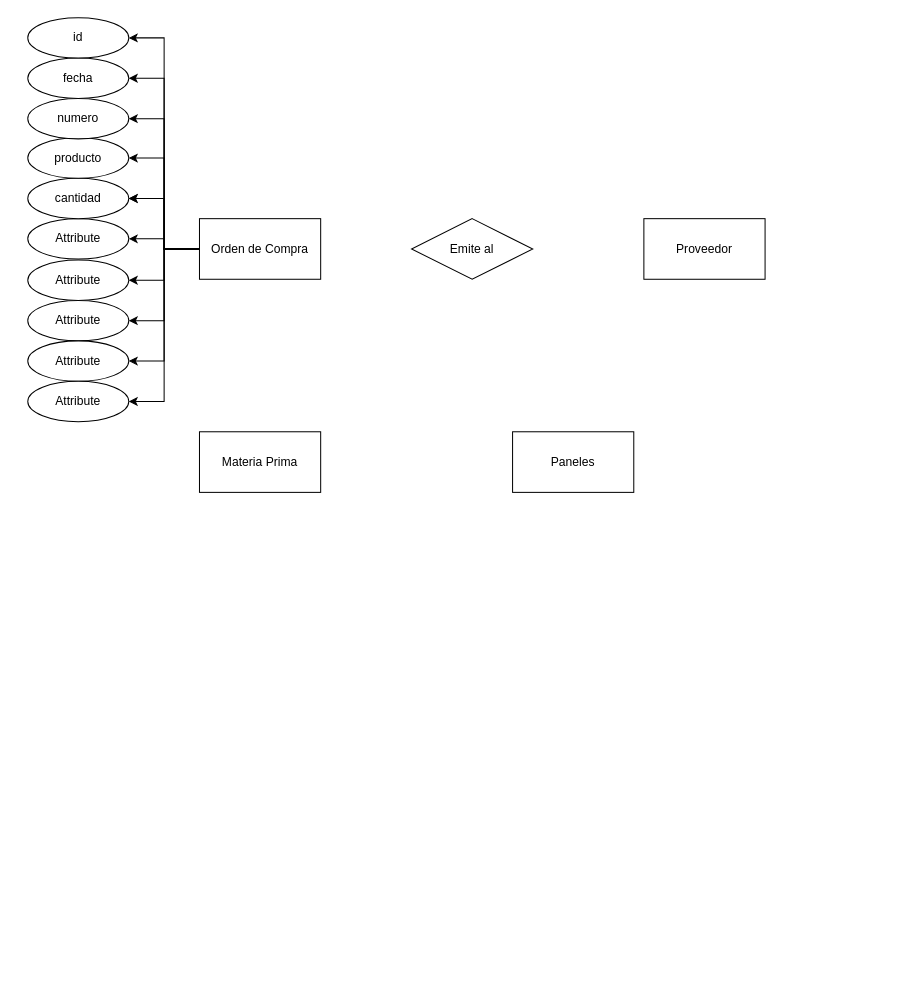
The draw.io diagram Diagrama sin título.drawio in Scytale20/Prueba1, before the edit. Source tidied: cells renumbered, new cells numbered last; positions are measured from the earlier drawing's top-left corner, leaving out a move shared by most shapes. Both pictures are drawn from the tidied source at 101%, with x=0, y=0 at pixel (27, 17).
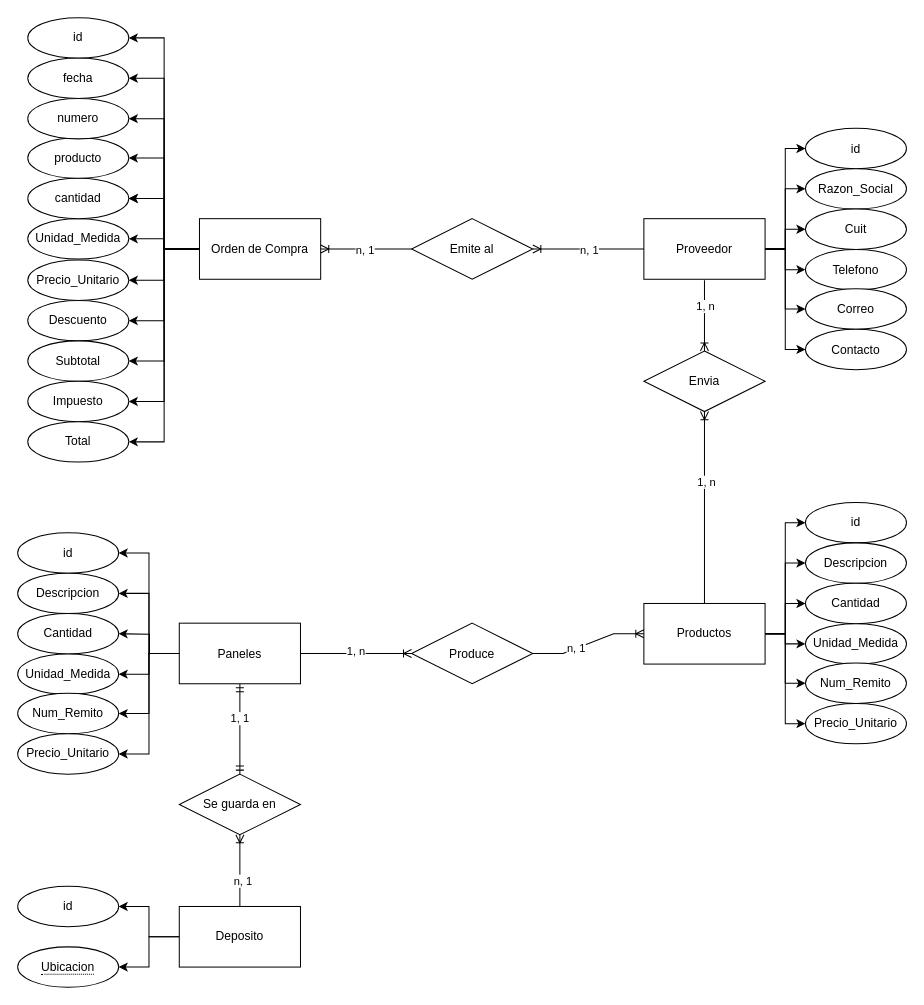
The same page after the edit.

Unchanged cells that the change refers to:
```xml
<mxCell id="13" value="Orden de Compra" style="rounded=0;whiteSpace=wrap;html=1;" parent="1" vertex="1">
  <mxGeometry x="170" y="199" width="120" height="60" as="geometry" />
</mxCell>
<mxCell id="14" value="Proveedor" style="rounded=0;whiteSpace=wrap;html=1;" parent="1" vertex="1">
  <mxGeometry x="610" y="199" width="120" height="60" as="geometry" />
</mxCell>
<mxCell id="21" value="Emite al" style="shape=rhombus;perimeter=rhombusPerimeter;whiteSpace=wrap;html=1;align=center;" parent="1" vertex="1">
  <mxGeometry x="380" y="199" width="120" height="60" as="geometry" />
</mxCell>
```

The edit, as a diff of the source:
```diff
@@
+    <mxCell id="28" style="edgeStyle=orthogonalEdgeStyle;rounded=0;jettySize=auto;html=1;entryX=1;entryY=0.5;entryDx=0;entryDy=0;" parent="1" edge="1" source="13" target="47">
+      <mxGeometry relative="1" as="geometry" />
+    </mxCell>
@@
+    <mxCell id="29" style="edgeStyle=orthogonalEdgeStyle;rounded=0;jettySize=auto;html=1;entryX=0;entryY=0.5;entryDx=0;entryDy=0;" parent="1" edge="1" source="14" target="48">
+      <mxGeometry relative="1" as="geometry" />
+    </mxCell>
+    <mxCell id="30" style="edgeStyle=orthogonalEdgeStyle;rounded=0;jettySize=auto;html=1;entryX=0;entryY=0.5;entryDx=0;entryDy=0;" parent="1" edge="1" source="14" target="49">
+      <mxGeometry relative="1" as="geometry" />
+    </mxCell>
+    <mxCell id="31" style="edgeStyle=orthogonalEdgeStyle;rounded=0;jettySize=auto;html=1;" parent="1" edge="1" source="14" target="50">
+      <mxGeometry relative="1" as="geometry" />
+    </mxCell>
+    <mxCell id="32" style="edgeStyle=orthogonalEdgeStyle;rounded=0;jettySize=auto;html=1;entryX=0;entryY=0.5;entryDx=0;entryDy=0;" parent="1" edge="1" source="14" target="51">
+      <mxGeometry relative="1" as="geometry" />
+    </mxCell>
+    <mxCell id="33" style="edgeStyle=orthogonalEdgeStyle;rounded=0;jettySize=auto;html=1;entryX=0;entryY=0.5;entryDx=0;entryDy=0;" parent="1" edge="1" source="14" target="52">
+      <mxGeometry relative="1" as="geometry" />
+    </mxCell>
+    <mxCell id="34" style="edgeStyle=orthogonalEdgeStyle;rounded=0;jettySize=auto;html=1;entryX=0;entryY=0.5;entryDx=0;entryDy=0;" parent="1" edge="1" source="14" target="53">
+      <mxGeometry relative="1" as="geometry" />
+    </mxCell>
@@
+    <mxCell id="35" style="edgeStyle=orthogonalEdgeStyle;rounded=0;jettySize=auto;html=1;entryX=0;entryY=0.5;entryDx=0;entryDy=0;" parent="1" edge="1" source="15" target="76">
+      <mxGeometry relative="1" as="geometry" />
+    </mxCell>
+    <mxCell id="36" style="edgeStyle=orthogonalEdgeStyle;rounded=0;jettySize=auto;html=1;entryX=0;entryY=0.5;entryDx=0;entryDy=0;" parent="1" edge="1" source="15" target="77">
+      <mxGeometry relative="1" as="geometry" />
+    </mxCell>
+    <mxCell id="37" style="edgeStyle=orthogonalEdgeStyle;rounded=0;jettySize=auto;html=1;entryX=0;entryY=0.5;entryDx=0;entryDy=0;" parent="1" edge="1" source="15" target="78">
+      <mxGeometry relative="1" as="geometry" />
+    </mxCell>
+    <mxCell id="38" style="edgeStyle=orthogonalEdgeStyle;rounded=0;jettySize=auto;html=1;entryX=0;entryY=0.5;entryDx=0;entryDy=0;" parent="1" edge="1" source="15" target="79">
+      <mxGeometry relative="1" as="geometry" />
+    </mxCell>
+    <mxCell id="39" style="edgeStyle=orthogonalEdgeStyle;rounded=0;jettySize=auto;html=1;entryX=0;entryY=0.5;entryDx=0;entryDy=0;" parent="1" edge="1" source="15" target="80">
+      <mxGeometry relative="1" as="geometry" />
+    </mxCell>
+    <mxCell id="40" style="edgeStyle=orthogonalEdgeStyle;rounded=0;jettySize=auto;html=1;entryX=0;entryY=0.5;entryDx=0;entryDy=0;" parent="1" edge="1" source="15" target="81">
+      <mxGeometry relative="1" as="geometry" />
+    </mxCell>
-    <mxCell id="15" value="Materia Prima" style="rounded=0;whiteSpace=wrap;html=1;" parent="1" vertex="1">
-      <mxGeometry x="170" y="410" width="120" height="60" as="geometry" />
+    <mxCell id="15" value="Productos" style="rounded=0;whiteSpace=wrap;html=1;" parent="1" vertex="1">
+      <mxGeometry x="610" y="580" width="120" height="60" as="geometry" />
     </mxCell>
+    <mxCell id="41" style="edgeStyle=orthogonalEdgeStyle;rounded=0;jettySize=auto;html=1;entryX=1;entryY=0.5;entryDx=0;entryDy=0;" parent="1" edge="1" source="16" target="69">
+      <mxGeometry relative="1" as="geometry" />
+    </mxCell>
+    <mxCell id="42" style="edgeStyle=orthogonalEdgeStyle;rounded=0;jettySize=auto;html=1;entryX=1;entryY=0.5;entryDx=0;entryDy=0;" parent="1" edge="1" source="16" target="70">
+      <mxGeometry relative="1" as="geometry" />
+    </mxCell>
+    <mxCell id="43" style="edgeStyle=orthogonalEdgeStyle;rounded=0;jettySize=auto;html=1;" parent="1" edge="1" source="16">
+      <mxGeometry relative="1" as="geometry">
+        <mxPoint x="90" y="610" as="targetPoint" />
+      </mxGeometry>
+    </mxCell>
+    <mxCell id="44" style="edgeStyle=orthogonalEdgeStyle;rounded=0;jettySize=auto;html=1;entryX=1;entryY=0.5;entryDx=0;entryDy=0;" parent="1" edge="1" source="16" target="72">
+      <mxGeometry relative="1" as="geometry" />
+    </mxCell>
+    <mxCell id="45" style="edgeStyle=orthogonalEdgeStyle;rounded=0;jettySize=auto;html=1;entryX=1;entryY=0.5;entryDx=0;entryDy=0;" parent="1" edge="1" source="16" target="73">
+      <mxGeometry relative="1" as="geometry" />
+    </mxCell>
+    <mxCell id="46" style="edgeStyle=orthogonalEdgeStyle;rounded=0;jettySize=auto;html=1;entryX=1;entryY=0.5;entryDx=0;entryDy=0;" parent="1" edge="1" source="16" target="74">
+      <mxGeometry relative="1" as="geometry" />
+    </mxCell>
     <mxCell id="16" value="Paneles" style="rounded=0;whiteSpace=wrap;html=1;" parent="1" vertex="1">
-      <mxGeometry x="480" y="410" width="120" height="60" as="geometry" />
+      <mxGeometry x="150" y="599.5" width="120" height="60" as="geometry" />
     </mxCell>
-    <mxCell id="17" value="Attribute" style="ellipse;whiteSpace=wrap;html=1;align=center;" parent="1" vertex="1">
+    <mxCell id="17" value="Descuento" style="ellipse;whiteSpace=wrap;html=1;align=center;" parent="1" vertex="1">
       <mxGeometry y="280" width="100" height="40" as="geometry" />
     </mxCell>
-    <mxCell id="18" value="Attribute" style="ellipse;whiteSpace=wrap;html=1;align=center;" parent="1" vertex="1">
+    <mxCell id="18" value="Precio_Unitario" style="ellipse;whiteSpace=wrap;html=1;align=center;" parent="1" vertex="1">
       <mxGeometry y="240" width="100" height="40" as="geometry" />
     </mxCell>
-    <mxCell id="19" value="Attribute" style="ellipse;whiteSpace=wrap;html=1;align=center;" parent="1" vertex="1">
+    <mxCell id="19" value="Unidad_Medida" style="ellipse;whiteSpace=wrap;html=1;align=center;" parent="1" vertex="1">
       <mxGeometry y="199" width="100" height="40" as="geometry" />
     </mxCell>
@@
-    <mxCell id="22" value="Attribute" style="ellipse;whiteSpace=wrap;html=1;align=center;" parent="1" vertex="1">
+    <mxCell id="22" value="Subtotal" style="ellipse;whiteSpace=wrap;html=1;align=center;" parent="1" vertex="1">
       <mxGeometry y="320" width="100" height="40" as="geometry" />
     </mxCell>
@@
-    <mxCell id="26" value="Attribute" style="ellipse;whiteSpace=wrap;html=1;align=center;" parent="1" vertex="1">
+    <mxCell id="26" value="Impuesto" style="ellipse;whiteSpace=wrap;html=1;align=center;" parent="1" vertex="1">
       <mxGeometry y="360" width="100" height="40" as="geometry" />
     </mxCell>
@@
+    <mxCell id="47" value="Total" style="ellipse;whiteSpace=wrap;html=1;align=center;" parent="1" vertex="1">
+      <mxGeometry y="400" width="100" height="40" as="geometry" />
+    </mxCell>
+    <mxCell id="48" value="id" style="ellipse;whiteSpace=wrap;html=1;align=center;" parent="1" vertex="1">
+      <mxGeometry x="770" y="109.5" width="100" height="40" as="geometry" />
+    </mxCell>
+    <mxCell id="49" value="Razon_Social" style="ellipse;whiteSpace=wrap;html=1;align=center;" parent="1" vertex="1">
+      <mxGeometry x="770" y="149.5" width="100" height="40" as="geometry" />
+    </mxCell>
+    <mxCell id="50" value="Cuit" style="ellipse;whiteSpace=wrap;html=1;align=center;" parent="1" vertex="1">
+      <mxGeometry x="770" y="189.5" width="100" height="40" as="geometry" />
+    </mxCell>
+    <mxCell id="51" value="Telefono" style="ellipse;whiteSpace=wrap;html=1;align=center;" parent="1" vertex="1">
+      <mxGeometry x="770" y="229.5" width="100" height="40" as="geometry" />
+    </mxCell>
+    <mxCell id="52" value="Correo" style="ellipse;whiteSpace=wrap;html=1;align=center;" parent="1" vertex="1">
+      <mxGeometry x="770" y="268.5" width="100" height="40" as="geometry" />
+    </mxCell>
+    <mxCell id="53" value="Contacto" style="ellipse;whiteSpace=wrap;html=1;align=center;" parent="1" vertex="1">
+      <mxGeometry x="770" y="308.5" width="100" height="40" as="geometry" />
+    </mxCell>
+    <mxCell id="54" value="Envia" style="shape=rhombus;perimeter=rhombusPerimeter;whiteSpace=wrap;html=1;align=center;" parent="1" vertex="1">
+      <mxGeometry x="610" y="330" width="120" height="60" as="geometry" />
+    </mxCell>
+    <mxCell id="55" style="edgeStyle=entityRelationEdgeStyle;fontSize=12;html=1;endArrow=ERoneToMany;rounded=0;exitX=0;exitY=0.5;exitDx=0;exitDy=0;entryX=1;entryY=0.5;entryDx=0;entryDy=0;" parent="1" edge="1" source="14" target="21">
+      <mxGeometry relative="1" as="geometry" />
+    </mxCell>
+    <mxCell id="56" value="n, 1" style="edgeLabel;html=1;align=center;verticalAlign=middle;" parent="55" vertex="1">
+      <mxGeometry relative="1" as="geometry" />
+    </mxCell>
+    <mxCell id="57" style="edgeStyle=entityRelationEdgeStyle;fontSize=12;html=1;endArrow=ERoneToMany;rounded=0;exitX=0;exitY=0.5;exitDx=0;exitDy=0;entryX=1;entryY=0.5;entryDx=0;entryDy=0;" parent="1" edge="1" source="21" target="13">
+      <mxGeometry relative="1" as="geometry" />
+    </mxCell>
+    <mxCell id="58" value="n, 1" style="edgeLabel;html=1;align=center;verticalAlign=middle;" parent="57" vertex="1">
+      <mxGeometry x="0.04" relative="1" as="geometry" />
+    </mxCell>
+    <mxCell id="59" style="fontSize=12;html=1;endArrow=ERoneToMany;rounded=0;entryX=0.5;entryY=0;entryDx=0;entryDy=0;" parent="1" edge="1" target="54">
+      <mxGeometry relative="1" as="geometry">
+        <mxPoint x="670" y="260" as="sourcePoint" />
+      </mxGeometry>
+    </mxCell>
+    <mxCell id="60" value="1, n" style="edgeLabel;html=1;align=center;verticalAlign=middle;" parent="59" vertex="1">
+      <mxGeometry x="-0.29" relative="1" as="geometry" />
+    </mxCell>
+    <mxCell id="61" style="fontSize=12;html=1;endArrow=ERoneToMany;rounded=0;exitX=0.5;exitY=0;exitDx=0;exitDy=0;entryX=0.5;entryY=1;entryDx=0;entryDy=0;" parent="1" edge="1" source="15" target="54">
+      <mxGeometry relative="1" as="geometry" />
+    </mxCell>
+    <mxCell id="62" value="1, n" style="edgeLabel;html=1;align=center;verticalAlign=middle;" parent="61" vertex="1">
+      <mxGeometry x="0.27" y="-1" relative="1" as="geometry" />
+    </mxCell>
+    <mxCell id="63" value="Produce" style="shape=rhombus;perimeter=rhombusPerimeter;whiteSpace=wrap;html=1;align=center;" parent="1" vertex="1">
+      <mxGeometry x="380" y="599.5" width="120" height="60" as="geometry" />
+    </mxCell>
+    <mxCell id="64" style="edgeStyle=entityRelationEdgeStyle;fontSize=12;html=1;endArrow=ERoneToMany;rounded=0;entryX=0;entryY=0.5;entryDx=0;entryDy=0;exitX=1;exitY=0.5;exitDx=0;exitDy=0;" parent="1" edge="1" source="63" target="15">
+      <mxGeometry relative="1" as="geometry" />
+    </mxCell>
+    <mxCell id="65" value="n, 1" style="edgeLabel;html=1;align=center;verticalAlign=middle;" parent="64" vertex="1">
+      <mxGeometry x="-0.24" relative="1" as="geometry" />
+    </mxCell>
+    <mxCell id="66" style="edgeStyle=entityRelationEdgeStyle;fontSize=12;html=1;endArrow=ERoneToMany;rounded=0;exitX=1;exitY=0.5;exitDx=0;exitDy=0;entryX=0;entryY=0.5;entryDx=0;entryDy=0;" parent="1" edge="1" source="16" target="63">
+      <mxGeometry relative="1" as="geometry" />
+    </mxCell>
+    <mxCell id="67" value="1, n" style="edgeLabel;html=1;align=center;verticalAlign=middle;" parent="66" vertex="1">
+      <mxGeometry x="-0.02" y="2" relative="1" as="geometry" />
+    </mxCell>
+    <mxCell id="68" style="group;" parent="1" vertex="1">
+      <mxGeometry x="-10" y="510" width="100" height="239" as="geometry" />
+    </mxCell>
+    <mxCell id="69" value="id" style="ellipse;whiteSpace=wrap;html=1;align=center;" parent="68" vertex="1">
+      <mxGeometry width="100" height="40" as="geometry" />
+    </mxCell>
+    <mxCell id="70" value="Descripcion" style="ellipse;whiteSpace=wrap;html=1;align=center;" parent="68" vertex="1">
+      <mxGeometry y="40" width="100" height="40" as="geometry" />
+    </mxCell>
+    <mxCell id="71" value="Cantidad" style="ellipse;whiteSpace=wrap;html=1;align=center;" parent="68" vertex="1">
+      <mxGeometry y="80" width="100" height="40" as="geometry" />
+    </mxCell>
+    <mxCell id="72" value="Unidad_Medida" style="ellipse;whiteSpace=wrap;html=1;align=center;" parent="68" vertex="1">
+      <mxGeometry y="120" width="100" height="40" as="geometry" />
+    </mxCell>
+    <mxCell id="73" value="Num_Remito" style="ellipse;whiteSpace=wrap;html=1;align=center;" parent="68" vertex="1">
+      <mxGeometry y="159" width="100" height="40" as="geometry" />
+    </mxCell>
+    <mxCell id="74" value="Precio_Unitario" style="ellipse;whiteSpace=wrap;html=1;align=center;" parent="68" vertex="1">
+      <mxGeometry y="199" width="100" height="40" as="geometry" />
+    </mxCell>
+    <mxCell id="75" style="group;" parent="1" vertex="1">
+      <mxGeometry x="770" y="480" width="100" height="239" as="geometry" />
+    </mxCell>
+    <mxCell id="76" value="id" style="ellipse;whiteSpace=wrap;html=1;align=center;" parent="75" vertex="1">
+      <mxGeometry width="100" height="40" as="geometry" />
+    </mxCell>
+    <mxCell id="77" value="Descripcion" style="ellipse;whiteSpace=wrap;html=1;align=center;" parent="75" vertex="1">
+      <mxGeometry y="40" width="100" height="40" as="geometry" />
+    </mxCell>
+    <mxCell id="78" value="Cantidad" style="ellipse;whiteSpace=wrap;html=1;align=center;" parent="75" vertex="1">
+      <mxGeometry y="80" width="100" height="40" as="geometry" />
+    </mxCell>
+    <mxCell id="79" value="Unidad_Medida" style="ellipse;whiteSpace=wrap;html=1;align=center;" parent="75" vertex="1">
+      <mxGeometry y="120" width="100" height="40" as="geometry" />
+    </mxCell>
+    <mxCell id="80" value="Num_Remito" style="ellipse;whiteSpace=wrap;html=1;align=center;" parent="75" vertex="1">
+      <mxGeometry y="159" width="100" height="40" as="geometry" />
+    </mxCell>
+    <mxCell id="81" value="Precio_Unitario" style="ellipse;whiteSpace=wrap;html=1;align=center;" parent="75" vertex="1">
+      <mxGeometry y="199" width="100" height="40" as="geometry" />
+    </mxCell>
+    <mxCell id="82" style="group;" parent="1" vertex="1">
+      <mxGeometry x="-10" y="860" width="280" height="100" as="geometry" />
+    </mxCell>
+    <mxCell id="83" value="Deposito" style="rounded=0;whiteSpace=wrap;html=1;" parent="82" vertex="1">
+      <mxGeometry x="160" y="20" width="120" height="60" as="geometry" />
+    </mxCell>
+    <mxCell id="84" value="id" style="ellipse;whiteSpace=wrap;html=1;align=center;" parent="82" vertex="1">
+      <mxGeometry width="100" height="40" as="geometry" />
+    </mxCell>
+    <mxCell id="85" style="edgeStyle=orthogonalEdgeStyle;rounded=0;jettySize=auto;html=1;entryX=1;entryY=0.5;entryDx=0;entryDy=0;" parent="82" edge="1" source="83" target="84">
+      <mxGeometry relative="1" as="geometry" />
+    </mxCell>
+    <mxCell id="86" value="&lt;span style=&quot;border-bottom: 1px dotted&quot;&gt;Ubicacion&lt;/span&gt;" style="ellipse;whiteSpace=wrap;html=1;align=center;" parent="82" vertex="1">
+      <mxGeometry y="60" width="100" height="40" as="geometry" />
+    </mxCell>
+    <mxCell id="87" style="edgeStyle=orthogonalEdgeStyle;rounded=0;jettySize=auto;html=1;entryX=1;entryY=0.5;entryDx=0;entryDy=0;" parent="82" edge="1" source="83" target="86">
+      <mxGeometry relative="1" as="geometry" />
+    </mxCell>
+    <mxCell id="88" value="Se guarda en" style="shape=rhombus;perimeter=rhombusPerimeter;whiteSpace=wrap;html=1;align=center;" parent="1" vertex="1">
+      <mxGeometry x="150" y="749" width="120" height="60" as="geometry" />
+    </mxCell>
+    <mxCell id="89" style="fontSize=12;html=1;endArrow=ERmandOne;startArrow=ERmandOne;rounded=0;exitX=0.5;exitY=0;exitDx=0;exitDy=0;entryX=0.5;entryY=1;entryDx=0;entryDy=0;" parent="1" edge="1" source="88" target="16">
+      <mxGeometry relative="1" as="geometry" />
+    </mxCell>
+    <mxCell id="90" value="1, 1" style="edgeLabel;html=1;align=center;verticalAlign=middle;" parent="89" vertex="1">
+      <mxGeometry x="0.25" y="1" relative="1" as="geometry" />
+    </mxCell>
+    <mxCell id="91" style="fontSize=12;html=1;endArrow=ERoneToMany;rounded=0;entryX=0.5;entryY=1;entryDx=0;entryDy=0;exitX=0.5;exitY=0;exitDx=0;exitDy=0;" parent="1" edge="1" source="83" target="88">
+      <mxGeometry relative="1" as="geometry" />
+    </mxCell>
+    <mxCell id="92" value="n, 1" style="edgeLabel;html=1;align=center;verticalAlign=middle;" parent="91" vertex="1">
+      <mxGeometry x="-0.27" y="-2" relative="1" as="geometry" />
+    </mxCell>
```
